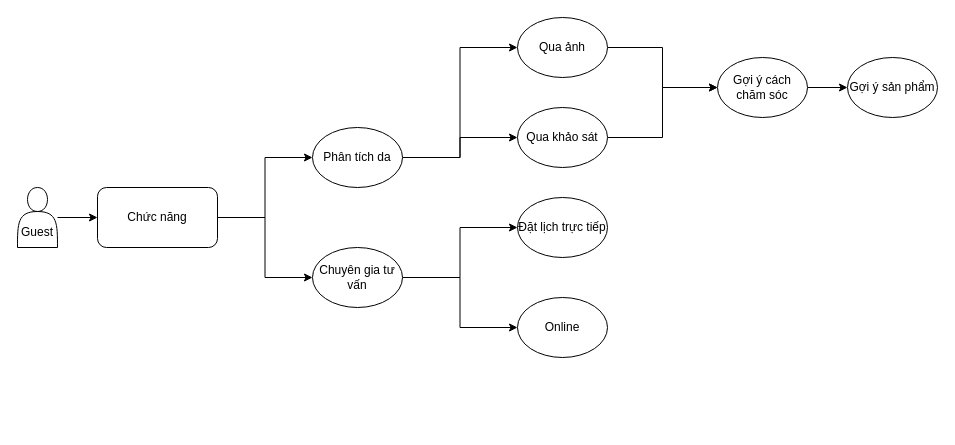
Earlier version of the draw.io diagram Untitled Diagram.drawio (ngnhonk/BeautyMatch). Source tidied: cells renumbered, new cells numbered last; positions are measured from the earlier drawing's top-left corner, leaving out a move shared by most shapes. Both pictures are drawn from the tidied source at 100%, with x=0, y=0 at pixel (17, 17).
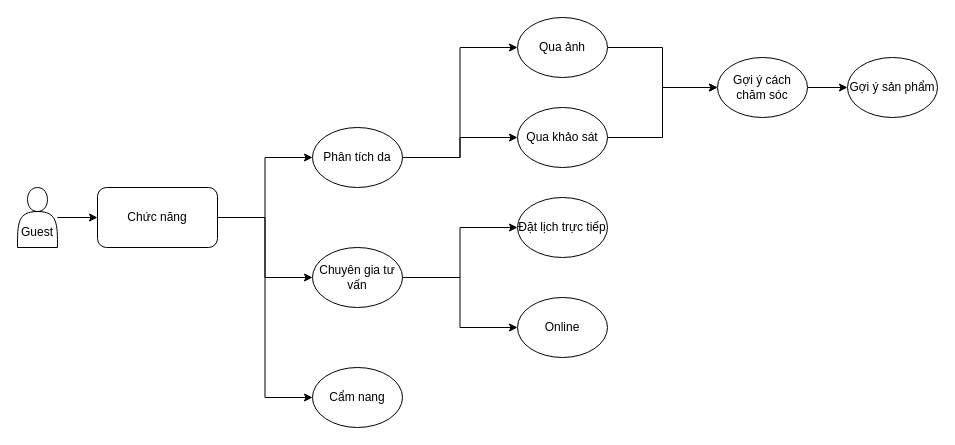
Above is the later version.

The change refers to these unchanged cells:
```xml
<mxCell id="7" value="Chức năng" style="rounded=1;whiteSpace=wrap;html=1;" parent="1" vertex="1">
  <mxGeometry x="80" y="170" width="120" height="60" as="geometry" />
</mxCell>
```

Diff of the diagram source:
```diff
@@
+    <mxCell id="22" style="edgeStyle=orthogonalEdgeStyle;rounded=0;jettySize=auto;html=1;entryX=0;entryY=0.5;entryDx=0;entryDy=0;" parent="1" edge="1" source="7" target="23">
+      <mxGeometry relative="1" as="geometry" />
+    </mxCell>
@@
+    <mxCell id="23" value="Cẩm nang" style="ellipse;whiteSpace=wrap;html=1;" parent="1" vertex="1">
+      <mxGeometry x="295" y="350" width="90" height="60" as="geometry" />
+    </mxCell>
```
